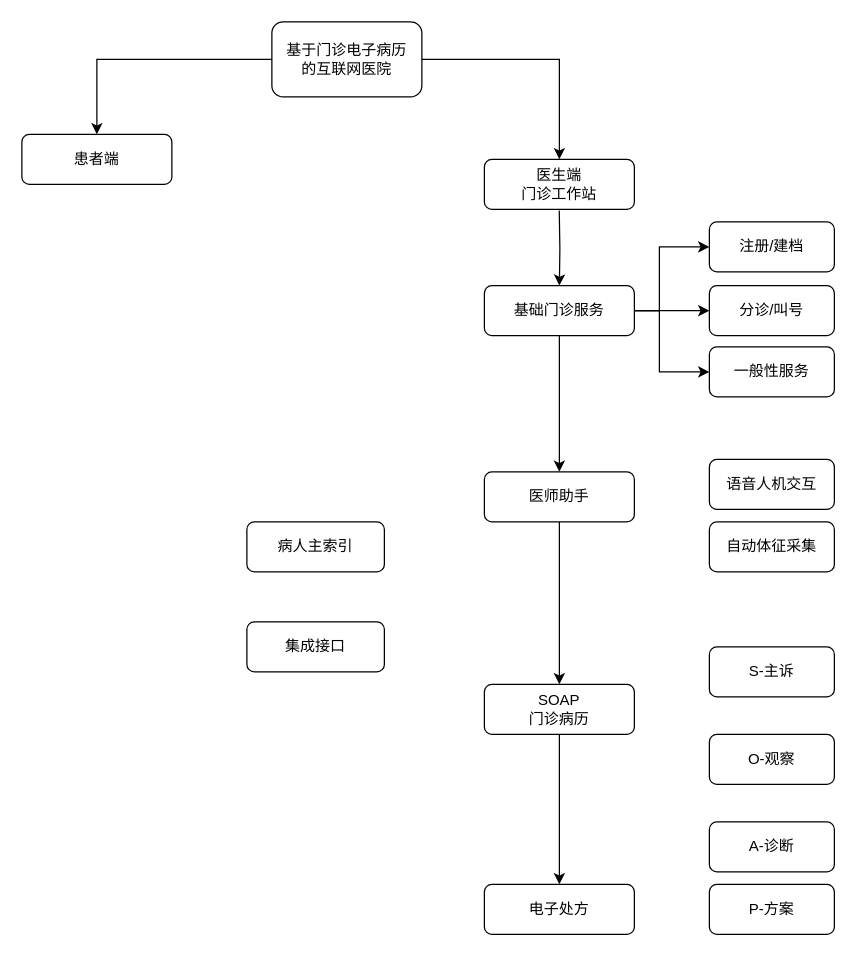
Before: page "总架构" (1 of 2) of draws/门诊电子病历互联网医院设计.drawio in hebzhjg/ntl2020, a draw.io diagram. Source tidied: cells renumbered, new cells numbered last; positions are measured from the earlier drawing's top-left corner, leaving out a move shared by most shapes. Both pictures are drawn from the tidied source at 125%, with x=0, y=0 at pixel (21, 21).
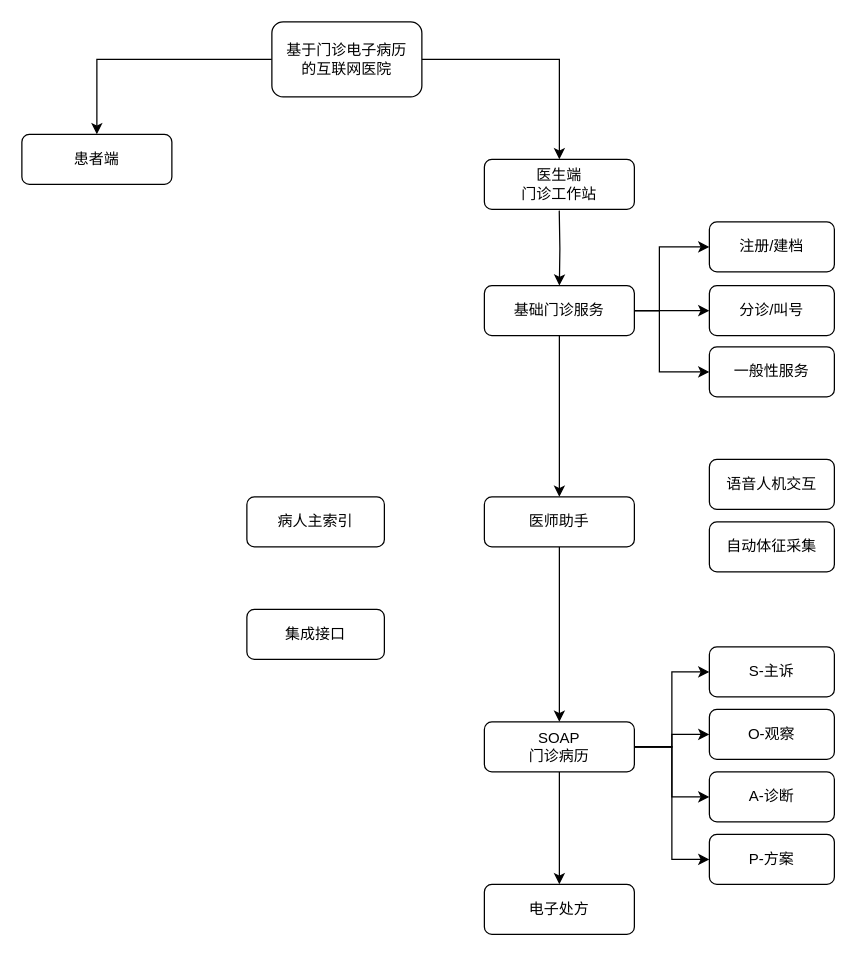
The same page after the edit.

Commit message:
编辑期间保存

Unchanged cells that the change refers to:
```xml
<mxCell id="25" value="S-主诉" style="rounded=1;whiteSpace=wrap;html=1;" parent="1" vertex="1">
  <mxGeometry x="550" y="500" width="100" height="40" as="geometry" />
</mxCell>
```

What changed in the source:
```diff
@@
     <mxCell id="8" value="病人主索引" style="rounded=1;whiteSpace=wrap;html=1;" parent="1" vertex="1">
-      <mxGeometry x="180" y="400" width="110" height="40" as="geometry" />
+      <mxGeometry x="180" y="380" width="110" height="40" as="geometry" />
     </mxCell>
@@
     <mxCell id="10" value="医师助手" style="rounded=1;whiteSpace=wrap;html=1;" parent="1" vertex="1">
-      <mxGeometry x="370" y="360" width="120" height="40" as="geometry" />
+      <mxGeometry x="370" y="380" width="120" height="40" as="geometry" />
     </mxCell>
@@
+    <mxCell id="29" style="edgeStyle=orthogonalEdgeStyle;rounded=0;jettySize=auto;html=1;entryX=0;entryY=0.5;entryDx=0;entryDy=0;" parent="1" edge="1" source="12" target="25">
+      <mxGeometry relative="1" as="geometry" />
+    </mxCell>
+    <mxCell id="30" style="edgeStyle=orthogonalEdgeStyle;rounded=0;jettySize=auto;html=1;entryX=0;entryY=0.5;entryDx=0;entryDy=0;" parent="1" edge="1" source="12" target="26">
+      <mxGeometry relative="1" as="geometry" />
+    </mxCell>
+    <mxCell id="31" style="edgeStyle=orthogonalEdgeStyle;rounded=0;jettySize=auto;html=1;entryX=0;entryY=0.5;entryDx=0;entryDy=0;" parent="1" edge="1" source="12" target="27">
+      <mxGeometry relative="1" as="geometry" />
+    </mxCell>
+    <mxCell id="32" style="edgeStyle=orthogonalEdgeStyle;rounded=0;jettySize=auto;html=1;entryX=0;entryY=0.5;entryDx=0;entryDy=0;" parent="1" edge="1" source="12" target="28">
+      <mxGeometry relative="1" as="geometry" />
+    </mxCell>
     <mxCell id="12" value="SOAP&lt;br&gt;门诊病历" style="rounded=1;whiteSpace=wrap;html=1;" parent="1" vertex="1">
-      <mxGeometry x="370" y="530" width="120" height="40" as="geometry" />
+      <mxGeometry x="370" y="560" width="120" height="40" as="geometry" />
     </mxCell>
@@
     <mxCell id="22" value="集成接口" style="rounded=1;whiteSpace=wrap;html=1;" parent="1" vertex="1">
-      <mxGeometry x="180" y="480" width="110" height="40" as="geometry" />
+      <mxGeometry x="180" y="470" width="110" height="40" as="geometry" />
     </mxCell>
@@
     <mxCell id="26" value="O-观察" style="rounded=1;whiteSpace=wrap;html=1;" parent="1" vertex="1">
-      <mxGeometry x="550" y="570" width="100" height="40" as="geometry" />
+      <mxGeometry x="550" y="550" width="100" height="40" as="geometry" />
     </mxCell>
     <mxCell id="27" value="A-诊断" style="rounded=1;whiteSpace=wrap;html=1;" parent="1" vertex="1">
-      <mxGeometry x="550" y="640" width="100" height="40" as="geometry" />
+      <mxGeometry x="550" y="600" width="100" height="40" as="geometry" />
     </mxCell>
     <mxCell id="28" value="P-方案" style="rounded=1;whiteSpace=wrap;html=1;" parent="1" vertex="1">
-      <mxGeometry x="550" y="690" width="100" height="40" as="geometry" />
+      <mxGeometry x="550" y="650" width="100" height="40" as="geometry" />
     </mxCell>
```
